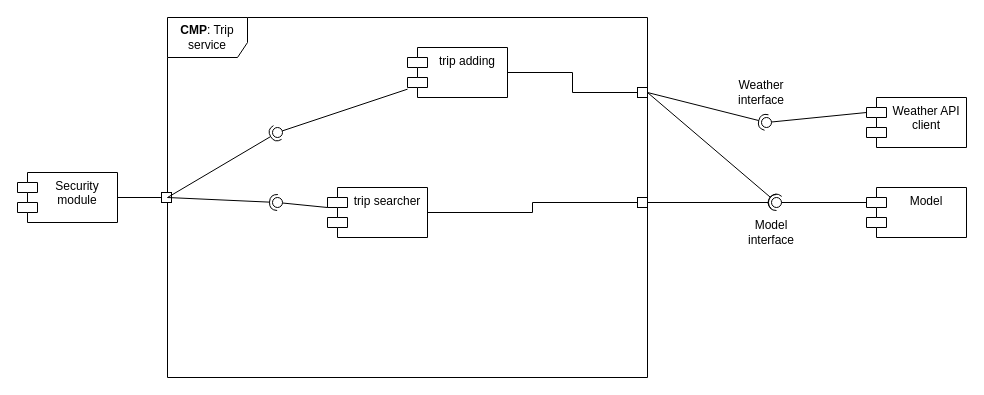
Above: page "Trip_detailed_view" (5 of 7) of DD/LaTeXCode/images/drawio/Component_diagram.drawio in jacopobellosi/Bellosi-Montanelli-Tempobono (draw.io), before the change. Source tidied: cells renumbered, new cells numbered last; positions are measured from the earlier drawing's top-left corner, leaving out a move shared by most shapes. Both pictures are drawn from the tidied source at 100%, with x=0, y=0 at pixel (17, 17).
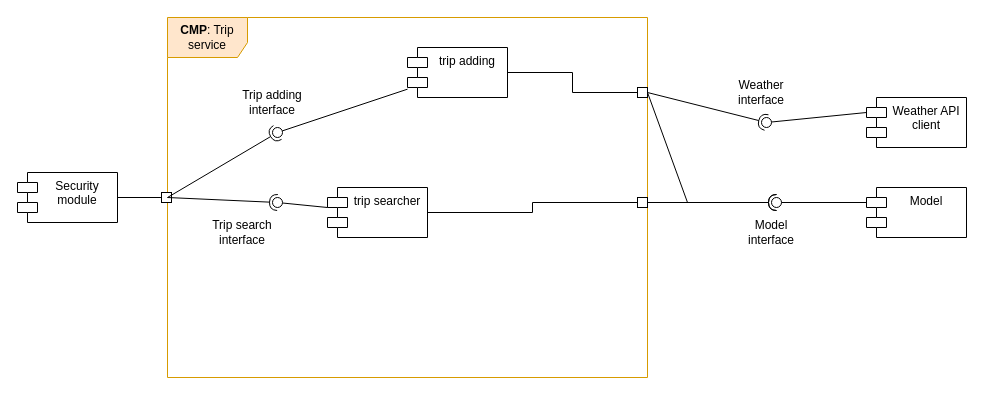
Above is the later version.

The change refers to these unchanged cells:
```xml
<mxCell id="24" style="rounded=0;whiteSpace=wrap;html=1;" parent="1" vertex="1">
  <mxGeometry x="620" y="70" width="10" height="10" as="geometry" />
</mxCell>
<mxCell id="27" style="ellipse;whiteSpace=wrap;html=1;align=center;fillColor=none;strokeColor=none;perimeter=centerPerimeter;points=[];outlineConnect=1;" parent="1" vertex="1">
  <mxGeometry x="754" y="180" width="10" height="10" as="geometry" />
</mxCell>
```

The edit, as a diff of the source:
```diff
@@
-    <mxCell id="2" value="&lt;b&gt;CMP&lt;/b&gt;: Trip service" style="shape=umlFrame;whiteSpace=wrap;html=1;width=80;height=40;" parent="1" vertex="1">
+    <mxCell id="2" value="&lt;b&gt;CMP&lt;/b&gt;: Trip service" style="shape=umlFrame;whiteSpace=wrap;html=1;width=80;height=40;fillColor=#ffe6cc;strokeColor=#d79b00;" parent="1" vertex="1">
       <mxGeometry x="150" width="480" height="360" as="geometry" />
     </mxCell>
@@
     <mxCell id="25" style="rounded=0;jettySize=auto;html=1;endArrow=halfCircle;endFill=0;endSize=6;strokeWidth=1;sketch=0;exitX=1;exitY=0.5;exitDx=0;exitDy=0;" parent="1" edge="1" source="24" target="27">
-      <mxGeometry relative="1" as="geometry" />
+      <mxGeometry relative="1" as="geometry">
+        <Array as="points">
+          <mxPoint x="670" y="185" />
+        </Array>
+      </mxGeometry>
     </mxCell>
@@
+    <mxCell id="37" value="Trip adding&lt;br&gt;interface" style="text;html=1;whiteSpace=wrap;strokeColor=none;fillColor=none;align=center;verticalAlign=middle;rounded=0;fontFamily=Helvetica;fontSize=12;fontColor=default;" parent="1" vertex="1">
+      <mxGeometry x="205" y="70" width="100" height="30" as="geometry" />
+    </mxCell>
+    <mxCell id="38" value="Trip search&lt;br&gt;interface" style="text;html=1;whiteSpace=wrap;strokeColor=none;fillColor=none;align=center;verticalAlign=middle;rounded=0;fontFamily=Helvetica;fontSize=12;fontColor=default;" parent="1" vertex="1">
+      <mxGeometry x="180" y="200" width="90" height="30" as="geometry" />
+    </mxCell>
```
